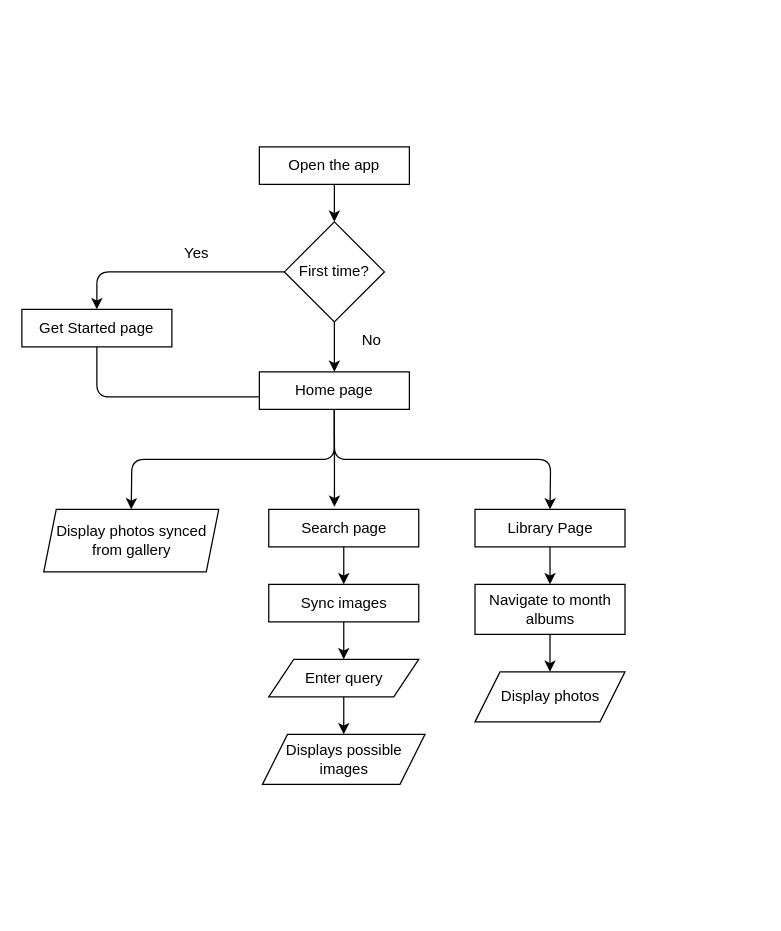
Before: page "Page-4" (4 of 7) of workflow.drawio in manishbhattarai8/imgrep-docs, a draw.io diagram. Source tidied: cells renumbered, new cells numbered last; positions are measured from the earlier drawing's top-left corner, leaving out a move shared by most shapes. Both pictures are drawn from the tidied source at 125%, with x=0, y=0 at pixel (21, 146).
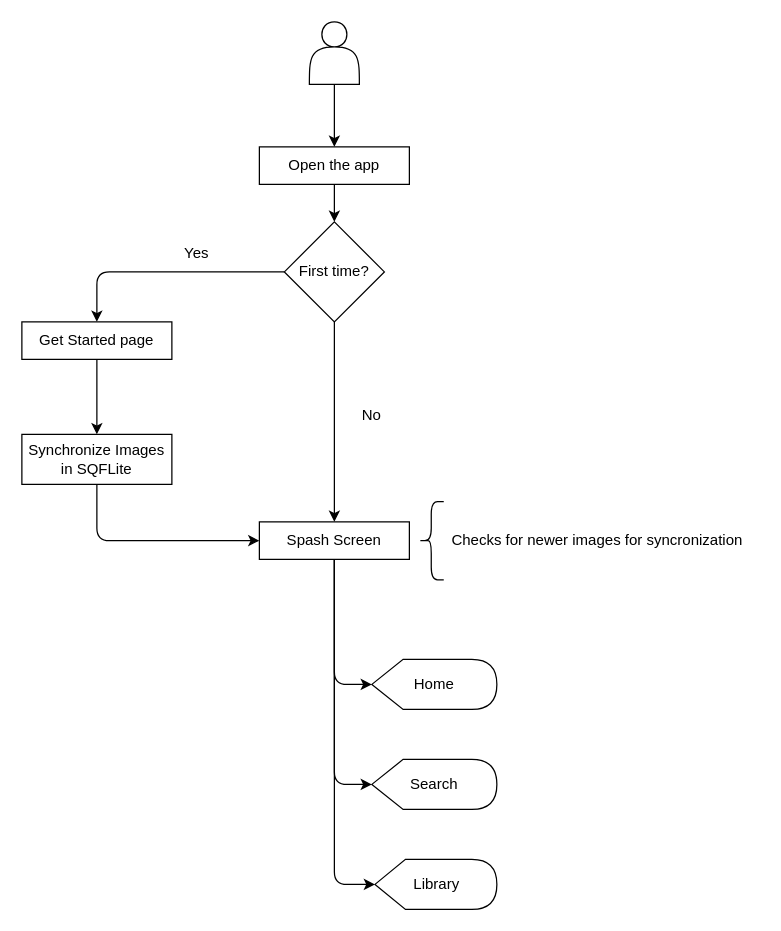
The same page after the edit.

Commit message:
Added page workflows

Unchanged cells that the change refers to:
```xml
<mxCell id="3" value="Open the app" style="rounded=0;whiteSpace=wrap;html=1;" parent="1" vertex="1">
  <mxGeometry x="190" width="120" height="30" as="geometry" />
</mxCell>
```

Diff of the diagram source:
```diff
@@
-    <mxCell id="7" style="edgeStyle=none;html=1;exitX=0.5;exitY=1;exitDx=0;exitDy=0;" parent="1" edge="1" source="8">
-      <mxGeometry relative="1" as="geometry">
-        <mxPoint x="200" y="200" as="targetPoint" />
-        <Array as="points">
-          <mxPoint x="60" y="200" />
-        </Array>
-      </mxGeometry>
-    </mxCell>
+    <mxCell id="28" style="edgeStyle=none;html=1;exitX=0.5;exitY=1;exitDx=0;exitDy=0;entryX=0.5;entryY=0;entryDx=0;entryDy=0;" parent="1" edge="1" source="8" target="30">
+      <mxGeometry relative="1" as="geometry" />
+    </mxCell>
     <mxCell id="8" value="Get Started page" style="rounded=0;whiteSpace=wrap;html=1;" parent="1" vertex="1">
-      <mxGeometry y="130" width="120" height="30" as="geometry" />
+      <mxGeometry y="140" width="120" height="30" as="geometry" />
     </mxCell>
-    <mxCell id="9" style="edgeStyle=none;html=1;entryX=0.5;entryY=0;entryDx=0;entryDy=0;" parent="1" edge="1" source="11" target="21">
-      <mxGeometry relative="1" as="geometry">
-        <Array as="points">
-          <mxPoint x="250" y="250" />
-          <mxPoint x="88" y="250" />
-        </Array>
-      </mxGeometry>
-    </mxCell>
-    <mxCell id="10" style="edgeStyle=none;html=1;entryX=0.5;entryY=0;entryDx=0;entryDy=0;" parent="1" edge="1" source="11" target="18">
-      <mxGeometry relative="1" as="geometry">
-        <Array as="points">
-          <mxPoint x="250" y="250" />
-          <mxPoint x="423" y="250" />
-        </Array>
-      </mxGeometry>
-    </mxCell>
-    <mxCell id="11" value="Home page" style="rounded=0;whiteSpace=wrap;html=1;" parent="1" vertex="1">
-      <mxGeometry x="190" y="180" width="120" height="30" as="geometry" />
+    <mxCell id="11" value="Spash Screen" style="rounded=0;whiteSpace=wrap;html=1;glass=0;" parent="1" vertex="1">
+      <mxGeometry x="190" y="300" width="120" height="30" as="geometry" />
     </mxCell>
-    <mxCell id="12" style="edgeStyle=none;html=1;" parent="1" edge="1" source="13" target="23">
-      <mxGeometry relative="1" as="geometry" />
-    </mxCell>
-    <mxCell id="13" value="Search page" style="rounded=0;whiteSpace=wrap;html=1;" parent="1" vertex="1">
-      <mxGeometry x="197.5" y="290" width="120" height="30" as="geometry" />
-    </mxCell>
-    <mxCell id="14" style="edgeStyle=none;html=1;entryX=0.5;entryY=0;entryDx=0;entryDy=0;" parent="1" edge="1" source="15" target="16">
-      <mxGeometry relative="1" as="geometry" />
-    </mxCell>
-    <mxCell id="15" value="Enter query" style="shape=parallelogram;perimeter=parallelogramPerimeter;whiteSpace=wrap;html=1;fixedSize=1;" parent="1" vertex="1">
-      <mxGeometry x="197.5" y="410" width="120" height="30" as="geometry" />
-    </mxCell>
-    <mxCell id="16" value="Displays possible images" style="shape=parallelogram;perimeter=parallelogramPerimeter;whiteSpace=wrap;html=1;fixedSize=1;" parent="1" vertex="1">
-      <mxGeometry x="192.5" y="470" width="130" height="40" as="geometry" />
-    </mxCell>
-    <mxCell id="17" style="edgeStyle=none;html=1;entryX=0.5;entryY=0;entryDx=0;entryDy=0;" parent="1" edge="1" source="18" target="20">
-      <mxGeometry relative="1" as="geometry" />
-    </mxCell>
-    <mxCell id="18" value="Library Page" style="rounded=0;whiteSpace=wrap;html=1;" parent="1" vertex="1">
-      <mxGeometry x="362.5" y="290" width="120" height="30" as="geometry" />
-    </mxCell>
-    <mxCell id="19" style="edgeStyle=none;html=1;entryX=0.5;entryY=0;entryDx=0;entryDy=0;" parent="1" edge="1" source="20" target="24">
-      <mxGeometry relative="1" as="geometry" />
-    </mxCell>
-    <mxCell id="20" value="Navigate to month albums" style="rounded=0;whiteSpace=wrap;html=1;" parent="1" vertex="1">
-      <mxGeometry x="362.5" y="350" width="120" height="40" as="geometry" />
-    </mxCell>
-    <mxCell id="21" value="Display photos synced from gallery" style="shape=parallelogram;perimeter=parallelogramPerimeter;whiteSpace=wrap;html=1;fixedSize=1;size=10;" parent="1" vertex="1">
-      <mxGeometry x="17.5" y="290" width="140" height="50" as="geometry" />
-    </mxCell>
-    <mxCell id="22" style="edgeStyle=none;html=1;entryX=0.5;entryY=0;entryDx=0;entryDy=0;" parent="1" edge="1" source="23" target="15">
-      <mxGeometry relative="1" as="geometry" />
-    </mxCell>
-    <mxCell id="23" value="Sync images" style="rounded=0;whiteSpace=wrap;html=1;" parent="1" vertex="1">
-      <mxGeometry x="197.5" y="350" width="120" height="30" as="geometry" />
-    </mxCell>
-    <mxCell id="24" value="Display photos" style="shape=parallelogram;perimeter=parallelogramPerimeter;whiteSpace=wrap;html=1;fixedSize=1;" parent="1" vertex="1">
-      <mxGeometry x="362.5" y="420" width="120" height="40" as="geometry" />
-    </mxCell>
-    <mxCell id="25" style="edgeStyle=none;html=1;entryX=0.438;entryY=-0.067;entryDx=0;entryDy=0;entryPerimeter=0;" parent="1" edge="1" source="11" target="13">
-      <mxGeometry relative="1" as="geometry" />
-    </mxCell>
@@
     <mxCell id="27" value="No" style="text;html=1;align=center;verticalAlign=middle;whiteSpace=wrap;rounded=0;" parent="1" vertex="1">
-      <mxGeometry x="250" y="140" width="60" height="30" as="geometry" />
+      <mxGeometry x="250" y="200" width="60" height="30" as="geometry" />
     </mxCell>
+    <mxCell id="29" style="edgeStyle=none;html=1;exitX=0.5;exitY=1;exitDx=0;exitDy=0;entryX=0;entryY=0.5;entryDx=0;entryDy=0;" parent="1" edge="1" source="30" target="11">
+      <mxGeometry relative="1" as="geometry">
+        <Array as="points">
+          <mxPoint x="60" y="315" />
+        </Array>
+      </mxGeometry>
+    </mxCell>
+    <mxCell id="30" value="Synchronize Images in SQFLite" style="whiteSpace=wrap;html=1;" parent="1" vertex="1">
+      <mxGeometry y="230" width="120" height="40" as="geometry" />
+    </mxCell>
+    <mxCell id="31" style="shape=curlyBracket;whiteSpace=wrap;html=1;rounded=1;labelPosition=left;verticalLabelPosition=middle;align=right;verticalAlign=middle;" parent="1" vertex="1">
+      <mxGeometry x="317.5" y="283.8" width="20" height="62.5" as="geometry" />
+    </mxCell>
+    <mxCell id="32" value="Checks for newer images for syncronization" style="text;html=1;align=center;verticalAlign=middle;strokeColor=none;fillColor=none;" parent="1" vertex="1">
+      <mxGeometry x="330" y="300" width="260" height="30" as="geometry" />
+    </mxCell>
+    <mxCell id="33" value="Home" style="shape=display;whiteSpace=wrap;html=1;" parent="1" vertex="1">
+      <mxGeometry x="280" y="410" width="100" height="40" as="geometry" />
+    </mxCell>
+    <mxCell id="34" value="Search" style="shape=display;whiteSpace=wrap;html=1;" parent="1" vertex="1">
+      <mxGeometry x="280" y="490" width="100" height="40" as="geometry" />
+    </mxCell>
+    <mxCell id="35" value="Library" style="shape=display;whiteSpace=wrap;html=1;" parent="1" vertex="1">
+      <mxGeometry x="282.5" y="570" width="97.5" height="40" as="geometry" />
+    </mxCell>
+    <mxCell id="36" style="edgeStyle=none;html=1;exitX=0.5;exitY=1;exitDx=0;exitDy=0;entryX=0;entryY=0.5;entryDx=0;entryDy=0;entryPerimeter=0;" parent="1" edge="1" source="11" target="35">
+      <mxGeometry relative="1" as="geometry">
+        <Array as="points">
+          <mxPoint x="250" y="510" />
+          <mxPoint x="250" y="590" />
+        </Array>
+      </mxGeometry>
+    </mxCell>
+    <mxCell id="37" style="edgeStyle=none;html=1;exitX=0.5;exitY=1;exitDx=0;exitDy=0;entryX=0;entryY=0.5;entryDx=0;entryDy=0;entryPerimeter=0;" parent="1" edge="1" source="11" target="34">
+      <mxGeometry relative="1" as="geometry">
+        <Array as="points">
+          <mxPoint x="250" y="510" />
+        </Array>
+      </mxGeometry>
+    </mxCell>
+    <mxCell id="38" style="edgeStyle=none;html=1;exitX=0.5;exitY=1;exitDx=0;exitDy=0;entryX=0;entryY=0.5;entryDx=0;entryDy=0;entryPerimeter=0;" parent="1" edge="1" source="11" target="33">
+      <mxGeometry relative="1" as="geometry">
+        <Array as="points">
+          <mxPoint x="250" y="430" />
+        </Array>
+      </mxGeometry>
+    </mxCell>
+    <mxCell id="39" style="edgeStyle=none;html=1;exitX=0.5;exitY=1;exitDx=0;exitDy=0;entryX=0.5;entryY=0;entryDx=0;entryDy=0;" parent="1" edge="1" source="40" target="3">
+      <mxGeometry relative="1" as="geometry" />
+    </mxCell>
+    <mxCell id="40" style="shape=actor;whiteSpace=wrap;html=1;" parent="1" vertex="1">
+      <mxGeometry x="230" y="-100" width="40" height="50" as="geometry" />
+    </mxCell>
```
